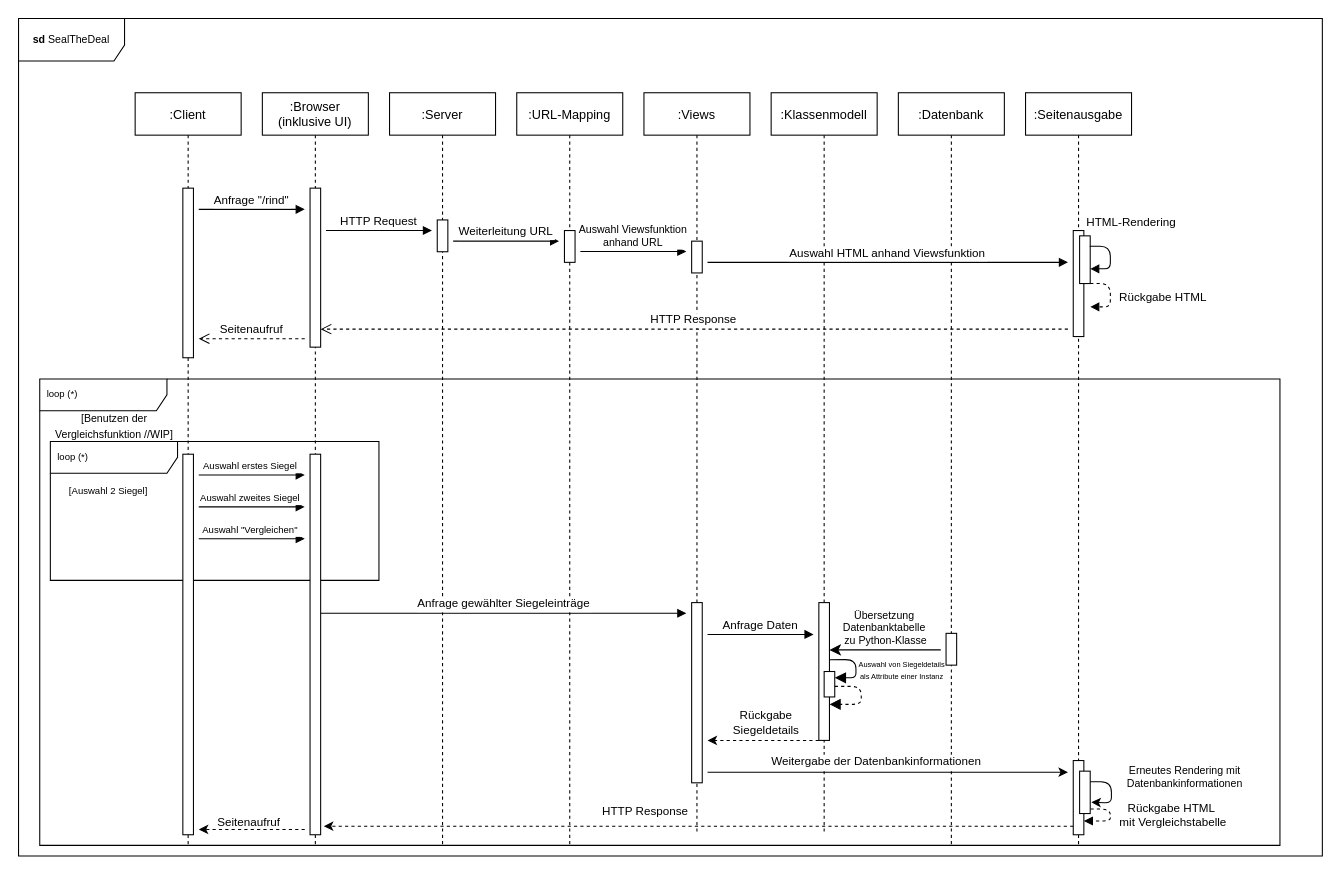
Above: Sequenzdiagramm.drawio in schnarkus/SWE-II (draw.io), before the change. Source tidied: cells renumbered, new cells numbered last; positions are measured from the earlier drawing's top-left corner, leaving out a move shared by most shapes. Both pictures are drawn from the tidied source at 106%, with x=0, y=0 at pixel (-178, 18).
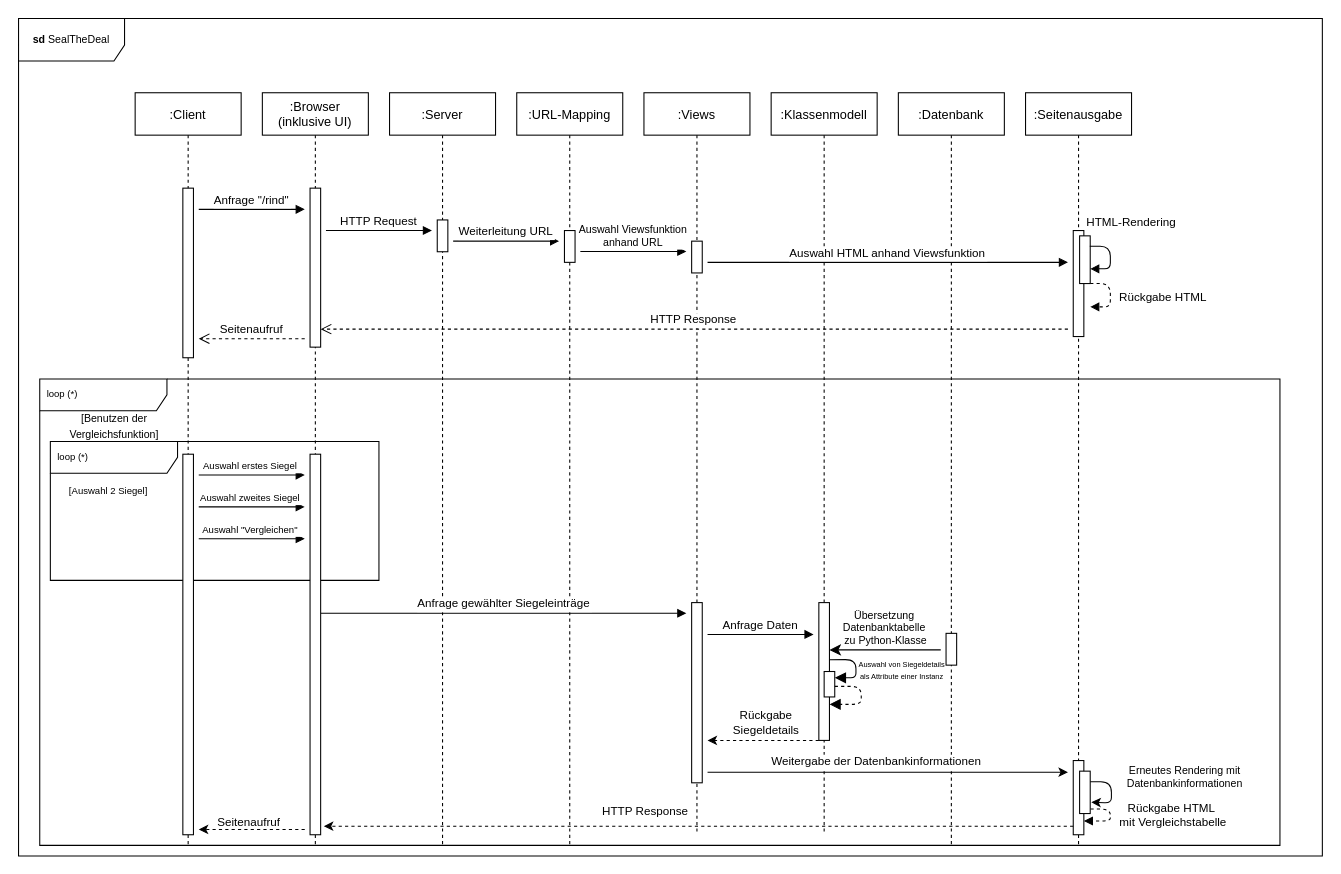
The same diagram, later.

Change to the diagram source:
```diff
@@
-    <mxCell id="58" value="&lt;font style=&quot;font-size: 10px&quot;&gt;[Benutzen der &lt;br&gt;Vergleichsfunktion //WIP]&lt;/font&gt;" style="text;html=1;align=center;verticalAlign=middle;strokeColor=none;fillColor=none;" parent="1" vertex="1">
-      <mxGeometry x="210" y="364" width="130" height="40" as="geometry" />
+    <mxCell id="58" value="&lt;font style=&quot;font-size: 10px&quot;&gt;[Benutzen der &lt;br&gt;Vergleichsfunktion]&lt;/font&gt;" style="text;html=1;align=center;verticalAlign=middle;strokeColor=none;fillColor=none;" parent="1" vertex="1">
+      <mxGeometry x="225" y="364" width="100" height="40" as="geometry" />
     </mxCell>
```
